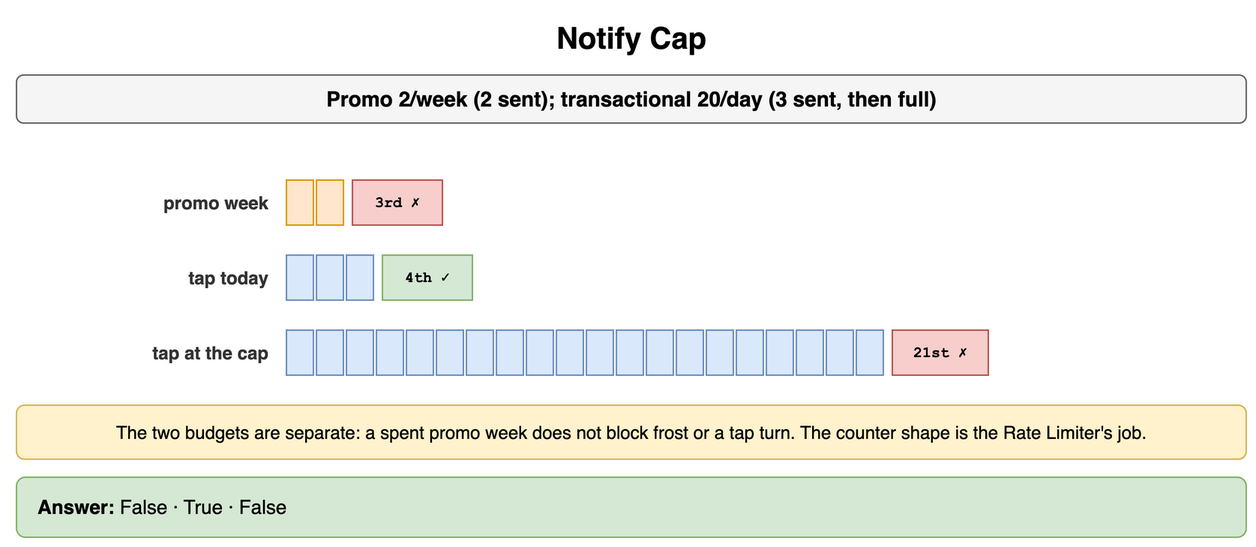
Earlier version of the draw.io export content/09_System_Design_Interview/21_Real_Time_and_Notification_Systems/diagrams/notifications-drills-4-notify-cap.png (amendez13/swe-study-guide). Source tidied: cells renumbered, new cells last; positions are measured from the earlier drawing's top-left corner, leaving out a move shared by most shapes.
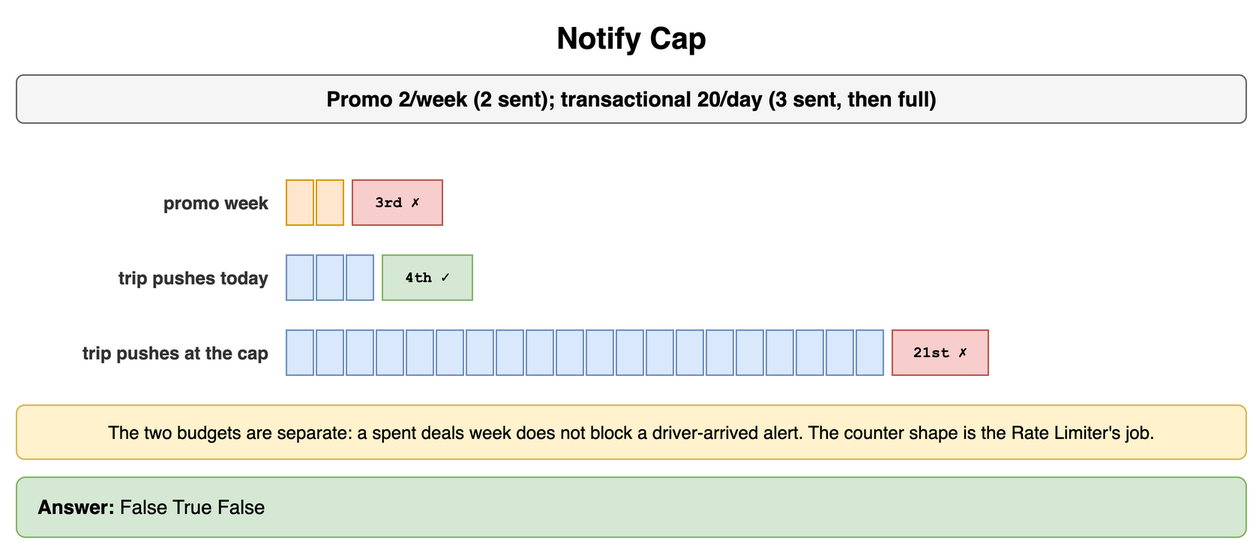
Later version of the same file.

What changed in the source:
```diff
@@ -20,7 +20,7 @@
     <mxCell id="7" value="3rd ✗" style="rounded=0;whiteSpace=wrap;html=1;fontFamily=Courier New;fontStyle=1;fontSize=13;fillColor=#f8cecc;strokeColor=#b85450;fontSize=10;" parent="1" vertex="1">
       <mxGeometry x="224" y="110" width="60" height="30" as="geometry" />
     </mxCell>
-    <mxCell id="8" value="tap today" style="text;html=1;whiteSpace=wrap;fontSize=11;align=right;verticalAlign=middle;fontSize=12;fontColor=#333333;fontStyle=1;" parent="1" vertex="1">
+    <mxCell id="8" value="trip pushes today" style="text;html=1;whiteSpace=wrap;fontSize=11;align=right;verticalAlign=middle;fontSize=12;fontColor=#333333;fontStyle=1;" parent="1" vertex="1">
       <mxGeometry y="160" width="170" height="30" as="geometry" />
     </mxCell>
     <mxCell id="9" style="rounded=0;whiteSpace=wrap;html=1;fontFamily=Courier New;fontStyle=1;fontSize=13;fillColor=#dae8fc;strokeColor=#6c8ebf;fontSize=12;" parent="1" vertex="1">
@@ -35,7 +35,7 @@
     <mxCell id="12" value="4th ✓" style="rounded=0;whiteSpace=wrap;html=1;fontFamily=Courier New;fontStyle=1;fontSize=13;fillColor=#d5e8d4;strokeColor=#82b366;fontSize=10;" parent="1" vertex="1">
       <mxGeometry x="244" y="160" width="60" height="30" as="geometry" />
     </mxCell>
-    <mxCell id="13" value="tap at the cap" style="text;html=1;whiteSpace=wrap;fontSize=11;align=right;verticalAlign=middle;fontSize=12;fontColor=#333333;fontStyle=1;" parent="1" vertex="1">
+    <mxCell id="13" value="trip pushes at the cap" style="text;html=1;whiteSpace=wrap;fontSize=11;align=right;verticalAlign=middle;fontSize=12;fontColor=#333333;fontStyle=1;" parent="1" vertex="1">
       <mxGeometry y="210" width="170" height="30" as="geometry" />
     </mxCell>
     <mxCell id="14" style="rounded=0;whiteSpace=wrap;html=1;fontFamily=Courier New;fontStyle=1;fontSize=13;fillColor=#dae8fc;strokeColor=#6c8ebf;fontSize=12;" parent="1" vertex="1">
@@ -101,10 +101,10 @@
     <mxCell id="34" value="21st ✗" style="rounded=0;whiteSpace=wrap;html=1;fontFamily=Courier New;fontStyle=1;fontSize=13;fillColor=#f8cecc;strokeColor=#b85450;fontSize=10;" parent="1" vertex="1">
       <mxGeometry x="584" y="210" width="64" height="30" as="geometry" />
     </mxCell>
-    <mxCell id="35" value="The two budgets are separate: a spent promo week does not block frost or a tap turn. The counter shape is the Rate Limiter's job." style="rounded=1;whiteSpace=wrap;html=1;fillColor=#fff2cc;strokeColor=#d6b656;fontSize=12;align=center;" parent="1" vertex="1">
+    <mxCell id="35" value="The two budgets are separate: a spent deals week does not block a driver-arrived alert. The counter shape is the Rate Limiter's job." style="rounded=1;whiteSpace=wrap;html=1;fillColor=#fff2cc;strokeColor=#d6b656;fontSize=12;align=center;" parent="1" vertex="1">
       <mxGeometry y="260" width="820" height="36" as="geometry" />
     </mxCell>
-    <mxCell id="36" value="&lt;b&gt;Answer:&lt;/b&gt; False · True · False" style="rounded=1;whiteSpace=wrap;html=1;fillColor=#d5e8d4;strokeColor=#82b366;fontSize=13;align=left;spacingLeft=12;" parent="1" vertex="1">
+    <mxCell id="36" value="&lt;b&gt;Answer:&lt;/b&gt; False True False" style="rounded=1;whiteSpace=wrap;html=1;fillColor=#d5e8d4;strokeColor=#82b366;fontSize=13;align=left;spacingLeft=12;" parent="1" vertex="1">
       <mxGeometry y="308" width="820" height="40" as="geometry" />
     </mxCell>
   </root>
```
